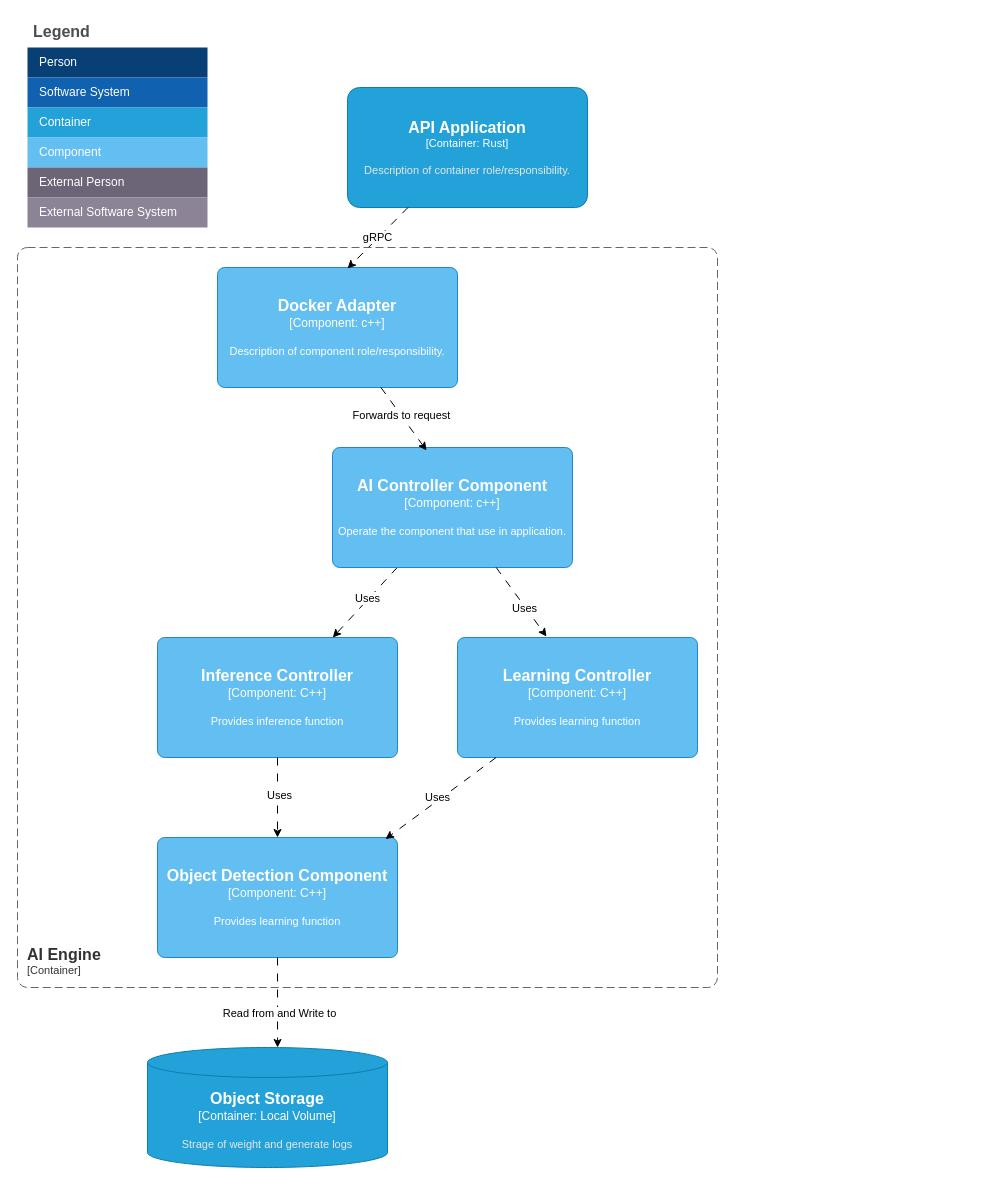
Earlier version of the draw.io diagram page "AI Engine" (2 of 3) of docs/specs/easy-ai-tools.drawio (di-go11/dl-node-editor). Source tidied: cells renumbered, new cells numbered last; positions are measured from the earlier drawing's top-left corner, leaving out a move shared by most shapes. Both pictures are drawn from the tidied source at 100%, with x=0, y=0 at pixel (17, 17).
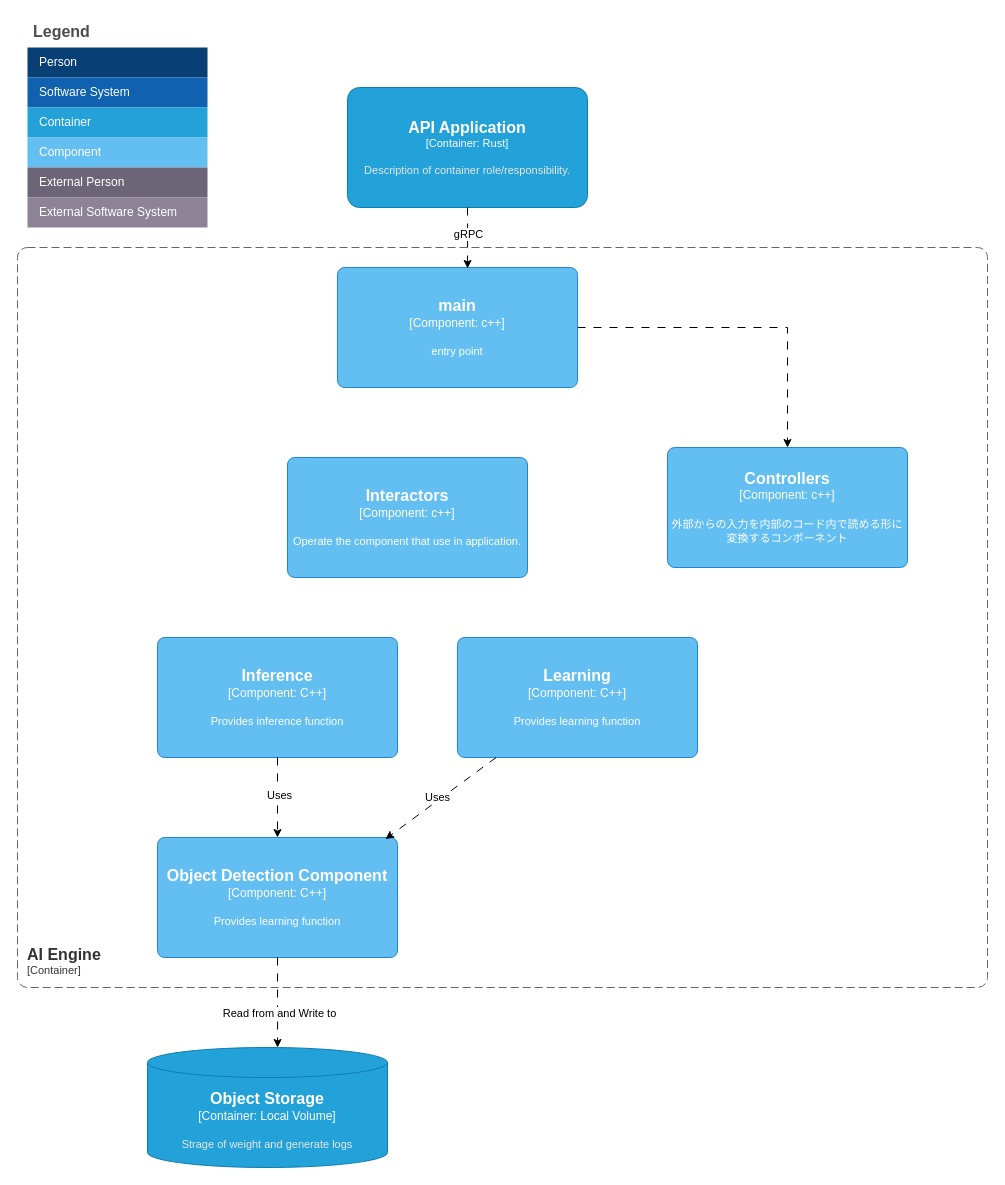
The same page after the edit.

Unchanged cells that the change refers to:
```xml
<mxCell id="28" style="edgeStyle=none;html=1;entryX=0.542;entryY=0.008;entryDx=0;entryDy=0;entryPerimeter=0;dashed=1;dashPattern=8 8;" parent="1" edge="1" source="27" target="19">
  <mxGeometry relative="1" as="geometry" />
</mxCell>
```

Change to the diagram source:
```diff
@@
     <object id="15" label="&lt;font style=&quot;font-size: 16px&quot;&gt;&lt;b&gt;&lt;div style=&quot;text-align: left&quot;&gt;%c4Name%&lt;/div&gt;&lt;/b&gt;&lt;/font&gt;&lt;div style=&quot;text-align: left&quot;&gt;[%c4Application%]&lt;/div&gt;" c4Application="Container" c4Name="AI Engine" placeholders="1">
       <mxCell style="rounded=1;fontSize=11;whiteSpace=wrap;html=1;dashed=1;arcSize=20;fillColor=none;strokeColor=#666666;fontColor=#333333;labelBackgroundColor=none;align=left;verticalAlign=bottom;labelBorderColor=none;spacingTop=0;spacing=10;dashPattern=8 4;perimeter=rectanglePerimeter;noLabel=0;labelPadding=0;absoluteArcSize=1;" parent="1" vertex="1">
-        <mxGeometry y="230" width="700" height="740" as="geometry" />
+        <mxGeometry y="230" width="970" height="740" as="geometry" />
       </mxCell>
     </object>
-    <mxCell id="16" style="edgeStyle=none;html=1;dashed=1;dashPattern=8 8;" parent="1" edge="1" source="18" target="22">
-      <mxGeometry relative="1" as="geometry" />
-    </mxCell>
-    <mxCell id="17" value="Uses" style="edgeLabel;html=1;align=center;verticalAlign=middle;" parent="16" vertex="1">
-      <mxGeometry x="-0.38" y="3" relative="1" as="geometry">
-        <mxPoint x="-12" y="6" as="offset" />
-      </mxGeometry>
-    </mxCell>
-    <object id="18" label="&lt;font style=&quot;font-size: 16px&quot;&gt;&lt;b&gt;%c4Name%&lt;/b&gt;&lt;/font&gt;&lt;div&gt;[%c4Type%: %c4Technology%]&lt;/div&gt;&lt;br&gt;&lt;div&gt;&lt;font style=&quot;font-size: 11px&quot;&gt;%c4Description%&lt;/font&gt;&lt;/div&gt;" c4Description="Operate the component that use in application." c4Name="AI Controller Component" c4Technology="c++" c4Type="Component" placeholders="1">
+    <object id="18" label="&lt;font style=&quot;font-size: 16px&quot;&gt;&lt;b&gt;%c4Name%&lt;/b&gt;&lt;/font&gt;&lt;div&gt;[%c4Type%: %c4Technology%]&lt;/div&gt;&lt;br&gt;&lt;div&gt;&lt;font style=&quot;font-size: 11px&quot;&gt;%c4Description%&lt;/font&gt;&lt;/div&gt;" c4Description="Operate the component that use in application." c4Name="Interactors" c4Technology="c++" c4Type="Component" placeholders="1">
       <mxCell style="rounded=1;whiteSpace=wrap;html=1;labelBackgroundColor=none;fillColor=#63BEF2;fontColor=#ffffff;align=center;arcSize=6;strokeColor=#2086C9;points=[[0.25,0,0],[0.5,0,0],[0.75,0,0],[1,0.25,0],[1,0.5,0],[1,0.75,0],[0.75,1,0],[0.5,1,0],[0.25,1,0],[0,0.75,0],[0,0.5,0],[0,0.25,0]];" parent="1" vertex="1">
-        <mxGeometry x="315" y="430" width="240" height="120" as="geometry" />
+        <mxGeometry x="270" y="440" width="240" height="120" as="geometry" />
       </mxCell>
     </object>
+    <mxCell id="37" style="edgeStyle=none;html=1;rounded=0;curved=0;dashed=1;dashPattern=8 8;" parent="1" edge="1" source="19" target="38">
+      <mxGeometry relative="1" as="geometry">
+        <Array as="points">
+          <mxPoint x="770" y="310" />
+        </Array>
+      </mxGeometry>
+    </mxCell>
-    <object id="19" label="&lt;font style=&quot;font-size: 16px&quot;&gt;&lt;b&gt;%c4Name%&lt;/b&gt;&lt;/font&gt;&lt;div&gt;[%c4Type%: %c4Technology%]&lt;/div&gt;&lt;br&gt;&lt;div&gt;&lt;font style=&quot;font-size: 11px&quot;&gt;%c4Description%&lt;/font&gt;&lt;/div&gt;" c4Description="Description of component role/responsibility." c4Name="Docker Adapter" c4Technology="c++" c4Type="Component" placeholders="1">
+    <object id="19" label="&lt;font style=&quot;font-size: 16px&quot;&gt;&lt;b&gt;%c4Name%&lt;/b&gt;&lt;/font&gt;&lt;div&gt;[%c4Type%: %c4Technology%]&lt;/div&gt;&lt;br&gt;&lt;div&gt;&lt;font style=&quot;font-size: 11px&quot;&gt;%c4Description%&lt;/font&gt;&lt;/div&gt;" c4Description="entry point" c4Name="main" c4Technology="c++" c4Type="Component" placeholders="1">
       <mxCell style="rounded=1;whiteSpace=wrap;html=1;labelBackgroundColor=none;fillColor=#63BEF2;fontColor=#ffffff;align=center;arcSize=6;strokeColor=#2086C9;points=[[0.25,0,0],[0.5,0,0],[0.75,0,0],[1,0.25,0],[1,0.5,0],[1,0.75,0],[0.75,1,0],[0.5,1,0],[0.25,1,0],[0,0.75,0],[0,0.5,0],[0,0.25,0]];" parent="1" vertex="1">
-        <mxGeometry x="200" y="250" width="240" height="120" as="geometry" />
+        <mxGeometry x="320" y="250" width="240" height="120" as="geometry" />
       </mxCell>
     </object>
-    <mxCell id="20" style="edgeStyle=none;html=1;entryX=0.392;entryY=0.025;entryDx=0;entryDy=0;entryPerimeter=0;dashed=1;dashPattern=8 8;" parent="1" edge="1" source="19" target="18">
-      <mxGeometry relative="1" as="geometry" />
-    </mxCell>
-    <mxCell id="21" value="Forwards to request" style="edgeLabel;html=1;align=center;verticalAlign=middle;" parent="20" vertex="1">
-      <mxGeometry x="-0.13" relative="1" as="geometry" />
-    </mxCell>
-    <object id="22" label="&lt;font style=&quot;font-size: 16px&quot;&gt;&lt;b&gt;%c4Name%&lt;/b&gt;&lt;/font&gt;&lt;div&gt;[%c4Type%: %c4Technology%]&lt;/div&gt;&lt;br&gt;&lt;div&gt;&lt;font style=&quot;font-size: 11px&quot;&gt;%c4Description%&lt;/font&gt;&lt;/div&gt;" c4Description="Provides inference function" c4Name="Inference Controller" c4Technology="C++" c4Type="Component" placeholders="1">
+    <object id="22" label="&lt;font style=&quot;font-size: 16px&quot;&gt;&lt;b&gt;%c4Name%&lt;/b&gt;&lt;/font&gt;&lt;div&gt;[%c4Type%: %c4Technology%]&lt;/div&gt;&lt;br&gt;&lt;div&gt;&lt;font style=&quot;font-size: 11px&quot;&gt;%c4Description%&lt;/font&gt;&lt;/div&gt;" c4Description="Provides inference function" c4Name="Inference" c4Technology="C++" c4Type="Component" placeholders="1">
       <mxCell style="rounded=1;whiteSpace=wrap;html=1;labelBackgroundColor=none;fillColor=#63BEF2;fontColor=#ffffff;align=center;arcSize=6;strokeColor=#2086C9;points=[[0.25,0,0],[0.5,0,0],[0.75,0,0],[1,0.25,0],[1,0.5,0],[1,0.75,0],[0.75,1,0],[0.5,1,0],[0.25,1,0],[0,0.75,0],[0,0.5,0],[0,0.25,0]];" parent="1" vertex="1">
         <mxGeometry x="140" y="620" width="240" height="120" as="geometry" />
       </mxCell>
     </object>
-    <object id="23" label="&lt;font style=&quot;font-size: 16px&quot;&gt;&lt;b&gt;%c4Name%&lt;/b&gt;&lt;/font&gt;&lt;div&gt;[%c4Type%: %c4Technology%]&lt;/div&gt;&lt;br&gt;&lt;div&gt;&lt;font style=&quot;font-size: 11px&quot;&gt;%c4Description%&lt;/font&gt;&lt;/div&gt;" c4Description="Provides learning function" c4Name="Learning Controller" c4Technology="C++" c4Type="Component" placeholders="1">
+    <object id="23" label="&lt;font style=&quot;font-size: 16px&quot;&gt;&lt;b&gt;%c4Name%&lt;/b&gt;&lt;/font&gt;&lt;div&gt;[%c4Type%: %c4Technology%]&lt;/div&gt;&lt;br&gt;&lt;div&gt;&lt;font style=&quot;font-size: 11px&quot;&gt;%c4Description%&lt;/font&gt;&lt;/div&gt;" c4Description="Provides learning function" c4Name="Learning" c4Technology="C++" c4Type="Component" placeholders="1">
       <mxCell style="rounded=1;whiteSpace=wrap;html=1;labelBackgroundColor=none;fillColor=#63BEF2;fontColor=#ffffff;align=center;arcSize=6;strokeColor=#2086C9;points=[[0.25,0,0],[0.5,0,0],[0.75,0,0],[1,0.25,0],[1,0.5,0],[1,0.75,0],[0.75,1,0],[0.5,1,0],[0.25,1,0],[0,0.75,0],[0,0.5,0],[0,0.25,0]];" parent="1" vertex="1">
         <mxGeometry x="440" y="620" width="240" height="120" as="geometry" />
       </mxCell>
     </object>
@@
-    <mxCell id="25" style="edgeStyle=none;html=1;entryX=0.371;entryY=-0.008;entryDx=0;entryDy=0;entryPerimeter=0;dashed=1;dashPattern=8 8;" parent="1" edge="1" source="18" target="23">
-      <mxGeometry relative="1" as="geometry" />
-    </mxCell>
-    <mxCell id="26" value="Uses" style="edgeLabel;html=1;align=center;verticalAlign=middle;" parent="25" vertex="1">
-      <mxGeometry x="0.14" y="-1" relative="1" as="geometry" />
-    </mxCell>
@@
     <mxCell id="29" value="gRPC" style="edgeLabel;html=1;align=center;verticalAlign=middle;" parent="28" vertex="1">
       <mxGeometry x="0.38" y="4" relative="1" as="geometry">
-        <mxPoint x="8" y="-15" as="offset" />
+        <mxPoint x="-4" y="-15" as="offset" />
       </mxGeometry>
     </mxCell>
@@
+    <object id="38" label="&lt;font style=&quot;font-size: 16px&quot;&gt;&lt;b&gt;%c4Name%&lt;/b&gt;&lt;/font&gt;&lt;div&gt;[%c4Type%: %c4Technology%]&lt;/div&gt;&lt;br&gt;&lt;div&gt;&lt;font style=&quot;font-size: 11px&quot;&gt;%c4Description%&lt;/font&gt;&lt;/div&gt;" c4Description="外部からの入力を内部のコード内で読める形に変換するコンポーネント" c4Name="Controllers" c4Technology="c++" c4Type="Component" placeholders="1">
+      <mxCell style="rounded=1;whiteSpace=wrap;html=1;labelBackgroundColor=none;fillColor=#63BEF2;fontColor=#ffffff;align=center;arcSize=6;strokeColor=#2086C9;points=[[0.25,0,0],[0.5,0,0],[0.75,0,0],[1,0.25,0],[1,0.5,0],[1,0.75,0],[0.75,1,0],[0.5,1,0],[0.25,1,0],[0,0.75,0],[0,0.5,0],[0,0.25,0]];" parent="1" vertex="1">
+        <mxGeometry x="650" y="430" width="240" height="120" as="geometry" />
+      </mxCell>
+    </object>
```
